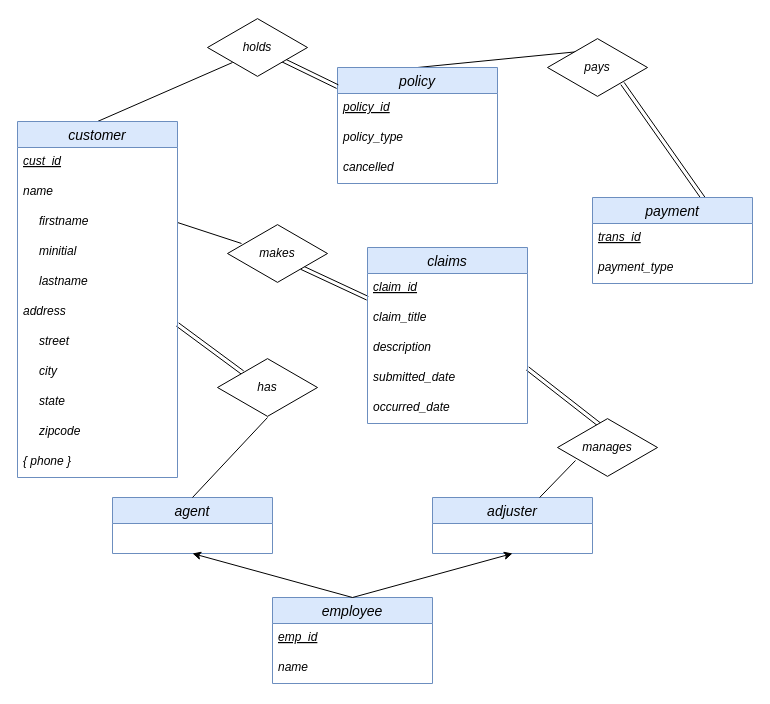
This is ER_Diagram/DrawIO/Asadoorian_ERD.drawio from ema323-lehigh/county-garden, a draw.io file, before an edit. Source tidied: cells renumbered, new cells numbered last; positions are measured from the earlier drawing's top-left corner, leaving out a move shared by most shapes. Both pictures are drawn from the tidied source at 100%, with x=0, y=0 at pixel (17, 17).
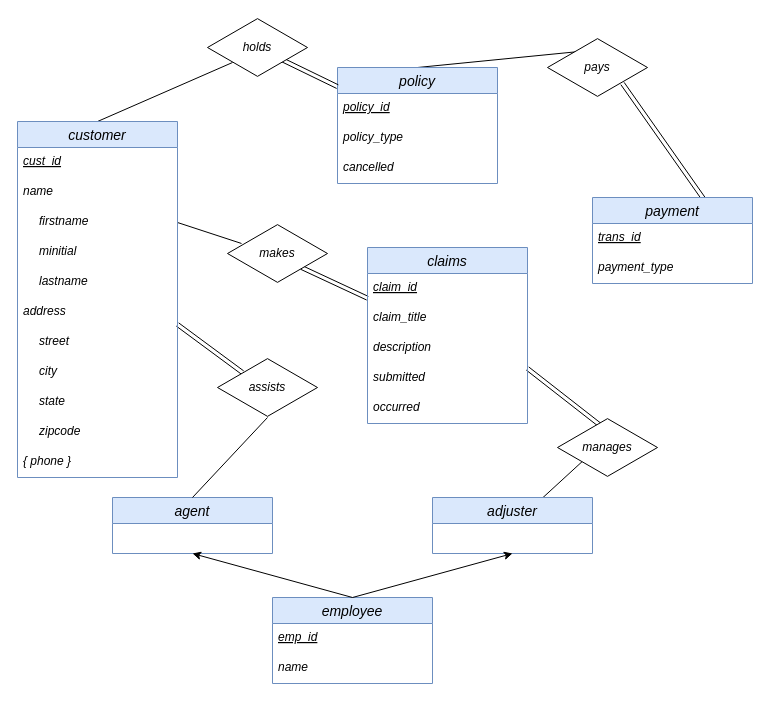
The same diagram, later.

Commit message:
Rename some fields in ER diagram

Unchanged cells that the change refers to:
```xml
<mxCell id="11" value="adjuster" style="swimlane;fontStyle=2;horizontal=1;startSize=26;align=center;fontSize=14;fillColor=#dae8fc;strokeColor=#6c8ebf;" parent="1" vertex="1">
  <mxGeometry x="415" y="480" width="160" height="56" as="geometry" />
</mxCell>
<mxCell id="26" value="claims" style="swimlane;fontStyle=2;horizontal=1;startSize=26;align=center;fontSize=14;fillColor=#dae8fc;strokeColor=#6c8ebf;" parent="1" vertex="1">
  <mxGeometry x="350" y="230" width="160" height="176" as="geometry" />
</mxCell>
<mxCell id="35" value="&lt;i&gt;manages&lt;/i&gt;" style="html=1;whiteSpace=wrap;shape=isoRectangle;" parent="1" vertex="1">
  <mxGeometry x="540" y="400" width="100" height="60" as="geometry" />
</mxCell>
```

What changed in the source:
```diff
@@
+    <mxCell id="36" style="endArrow=none;html=1;" parent="1" edge="1" source="11">
+      <mxGeometry relative="1" as="geometry">
+        <mxPoint x="580" y="430" as="targetPoint" />
+      </mxGeometry>
+    </mxCell>
@@
-    <mxCell id="12" value="&lt;i&gt;has&lt;/i&gt;" style="html=1;whiteSpace=wrap;shape=isoRectangle;" parent="1" vertex="1">
+    <mxCell id="12" value="&lt;i&gt;assists&lt;/i&gt;" style="html=1;whiteSpace=wrap;shape=isoRectangle;" parent="1" vertex="1">
       <mxGeometry x="200" y="340" width="100" height="60" as="geometry" />
     </mxCell>
@@
-    <mxCell id="30" value="submitted_date" style="text;strokeColor=none;fillColor=none;spacingLeft=4;spacingRight=4;overflow=hidden;points=[[0,0.5],[1,0.5]];portConstraint=eastwest;fontSize=12;fontStyle=2;" parent="26" vertex="1">
+    <mxCell id="30" value="submitted" style="text;strokeColor=none;fillColor=none;spacingLeft=4;spacingRight=4;overflow=hidden;points=[[0,0.5],[1,0.5]];portConstraint=eastwest;fontSize=12;fontStyle=2;" parent="26" vertex="1">
       <mxGeometry y="116" width="160" height="30" as="geometry" />
     </mxCell>
-    <mxCell id="31" value="occurred_date" style="text;strokeColor=none;fillColor=none;spacingLeft=4;spacingRight=4;overflow=hidden;fontSize=12;fontStyle=2;" parent="26" vertex="1">
+    <mxCell id="31" value="occurred" style="text;strokeColor=none;fillColor=none;spacingLeft=4;spacingRight=4;overflow=hidden;fontSize=12;fontStyle=2;" parent="26" vertex="1">
       <mxGeometry y="146" width="160" height="30" as="geometry" />
     </mxCell>
@@
-    <mxCell id="36" style="endArrow=none;html=1;entryX=0.18;entryY=0.717;entryDx=0;entryDy=0;entryPerimeter=0;" parent="1" edge="1" source="11" target="35">
-      <mxGeometry relative="1" as="geometry" />
-    </mxCell>
```
